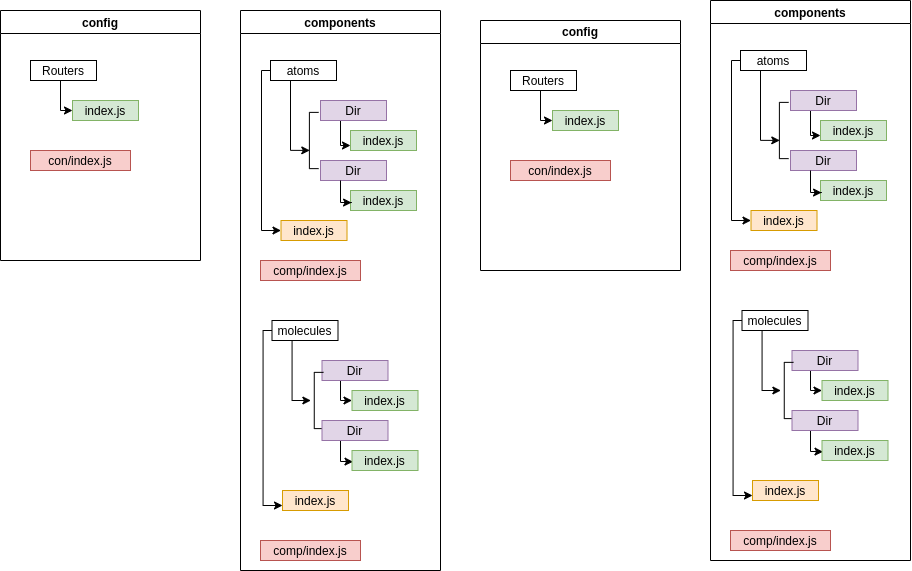
Above: Flow directory project ReactJS.png in ahmadfaqih-dev/Flowchart (draw.io), before the change. Source tidied: cells renumbered, new cells last; positions are measured from the earlier drawing's top-left corner, leaving out a move shared by most shapes.
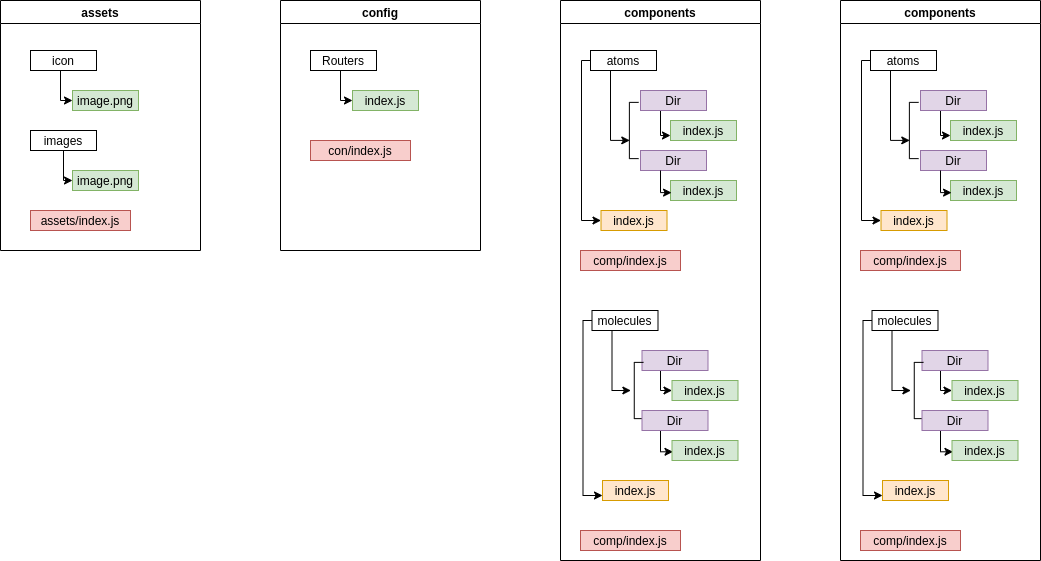
Above is the later version.

The edit, as a diff of the source:
```diff
@@ -3,7 +3,7 @@
     <mxCell id="0" />
     <mxCell id="1" parent="0" />
     <mxCell id="2" value="config" style="swimlane;whiteSpace=wrap;startSize=23;align=center;" parent="1" vertex="1">
-      <mxGeometry y="10" width="200" height="250" as="geometry" />
+      <mxGeometry x="280" y="10" width="200" height="250" as="geometry" />
     </mxCell>
     <mxCell id="3" style="edgeStyle=orthogonalEdgeStyle;rounded=0;jettySize=auto;html=1;entryX=0;entryY=0.5;entryDx=0;entryDy=0;" parent="2" edge="1" source="4" target="5">
       <mxGeometry relative="1" as="geometry">
@@ -22,7 +22,7 @@
       <mxGeometry x="30" y="140" width="100" height="20" as="geometry" />
     </mxCell>
     <mxCell id="7" value="components" style="swimlane;whiteSpace=wrap;startSize=23;align=center;" parent="1" vertex="1">
-      <mxGeometry x="710" width="200" height="560" as="geometry" />
+      <mxGeometry x="840" y="10" width="200" height="560" as="geometry" />
     </mxCell>
     <mxCell id="8" style="edgeStyle=orthogonalEdgeStyle;rounded=0;jettySize=auto;html=1;entryX=0;entryY=0.5;entryDx=0;entryDy=0;" parent="7" edge="1" source="9" target="27">
       <mxGeometry relative="1" as="geometry">
@@ -133,8 +133,8 @@
     <mxCell id="31" value="comp/index.js" style="fillColor=#f8cecc;strokeColor=#b85450;" parent="7" vertex="1">
       <mxGeometry x="20" y="530" width="100" height="20" as="geometry" />
     </mxCell>
-    <mxCell id="32" value="config" style="swimlane;whiteSpace=wrap;startSize=23;align=center;" parent="1" vertex="1">
-      <mxGeometry x="480" y="20" width="200" height="250" as="geometry" />
+    <mxCell id="32" value="assets" style="swimlane;whiteSpace=wrap;startSize=23;align=center;" parent="1" vertex="1">
+      <mxGeometry y="10" width="200" height="250" as="geometry" />
     </mxCell>
     <mxCell id="33" style="edgeStyle=orthogonalEdgeStyle;rounded=0;jettySize=auto;html=1;entryX=0;entryY=0.5;entryDx=0;entryDy=0;" parent="32" edge="1" source="34" target="35">
       <mxGeometry relative="1" as="geometry">
@@ -143,17 +143,30 @@
         </Array>
       </mxGeometry>
     </mxCell>
-    <mxCell id="34" value="Routers" parent="32" vertex="1">
+    <mxCell id="34" value="icon" parent="32" vertex="1">
       <mxGeometry x="30" y="50" width="66" height="20" as="geometry" />
     </mxCell>
-    <mxCell id="35" value="index.js" style="fillColor=#d5e8d4;strokeColor=#82b366;" parent="32" vertex="1">
+    <mxCell id="35" value="image.png" style="fillColor=#d5e8d4;strokeColor=#82b366;" parent="32" vertex="1">
       <mxGeometry x="72" y="90" width="66" height="20" as="geometry" />
     </mxCell>
-    <mxCell id="36" value="con/index.js" style="fillColor=#f8cecc;strokeColor=#b85450;" parent="32" vertex="1">
-      <mxGeometry x="30" y="140" width="100" height="20" as="geometry" />
+    <mxCell id="36" value="assets/index.js" style="fillColor=#f8cecc;strokeColor=#b85450;" parent="32" vertex="1">
+      <mxGeometry x="30" y="210" width="100" height="20" as="geometry" />
     </mxCell>
+    <mxCell id="62" style="edgeStyle=orthogonalEdgeStyle;rounded=0;jettySize=auto;html=1;entryX=0;entryY=0.5;entryDx=0;entryDy=0;" parent="32" edge="1" source="63" target="64">
+      <mxGeometry relative="1" as="geometry">
+        <Array as="points">
+          <mxPoint x="63" y="180" />
+        </Array>
+      </mxGeometry>
+    </mxCell>
+    <mxCell id="63" value="images" parent="32" vertex="1">
+      <mxGeometry x="30" y="130" width="66" height="20" as="geometry" />
+    </mxCell>
+    <mxCell id="64" value="image.png" style="fillColor=#d5e8d4;strokeColor=#82b366;" parent="32" vertex="1">
+      <mxGeometry x="72" y="170" width="66" height="20" as="geometry" />
+    </mxCell>
     <mxCell id="37" value="components" style="swimlane;whiteSpace=wrap;startSize=23;align=center;" parent="1" vertex="1">
-      <mxGeometry x="240" y="10" width="200" height="560" as="geometry" />
+      <mxGeometry x="560" y="10" width="200" height="560" as="geometry" />
     </mxCell>
     <mxCell id="38" style="edgeStyle=orthogonalEdgeStyle;rounded=0;jettySize=auto;html=1;entryX=0;entryY=0.5;entryDx=0;entryDy=0;" parent="37" edge="1" source="39" target="57">
       <mxGeometry relative="1" as="geometry">
```
